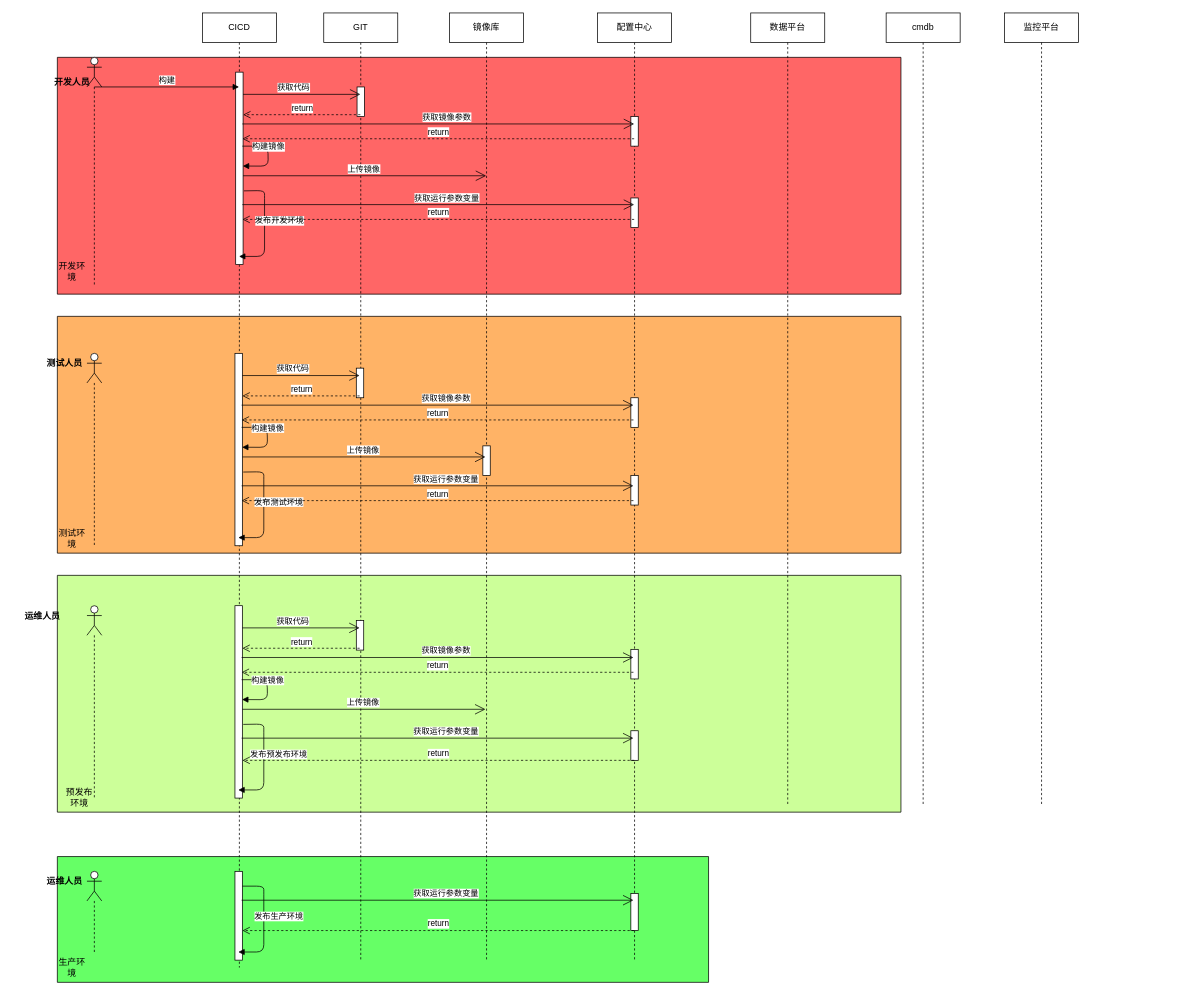
The draw.io diagram page "cicd/cmdb/配置中心" (5 of 5) of Untitled Diagram.drawio in RalapZ/golearn, before the edit. Source tidied: cells renumbered, new cells numbered last; positions are measured from the earlier drawing's top-left corner, leaving out a move shared by most shapes. Both pictures are drawn from the tidied source at 74%, with x=0, y=0 at pixel (13, 13).
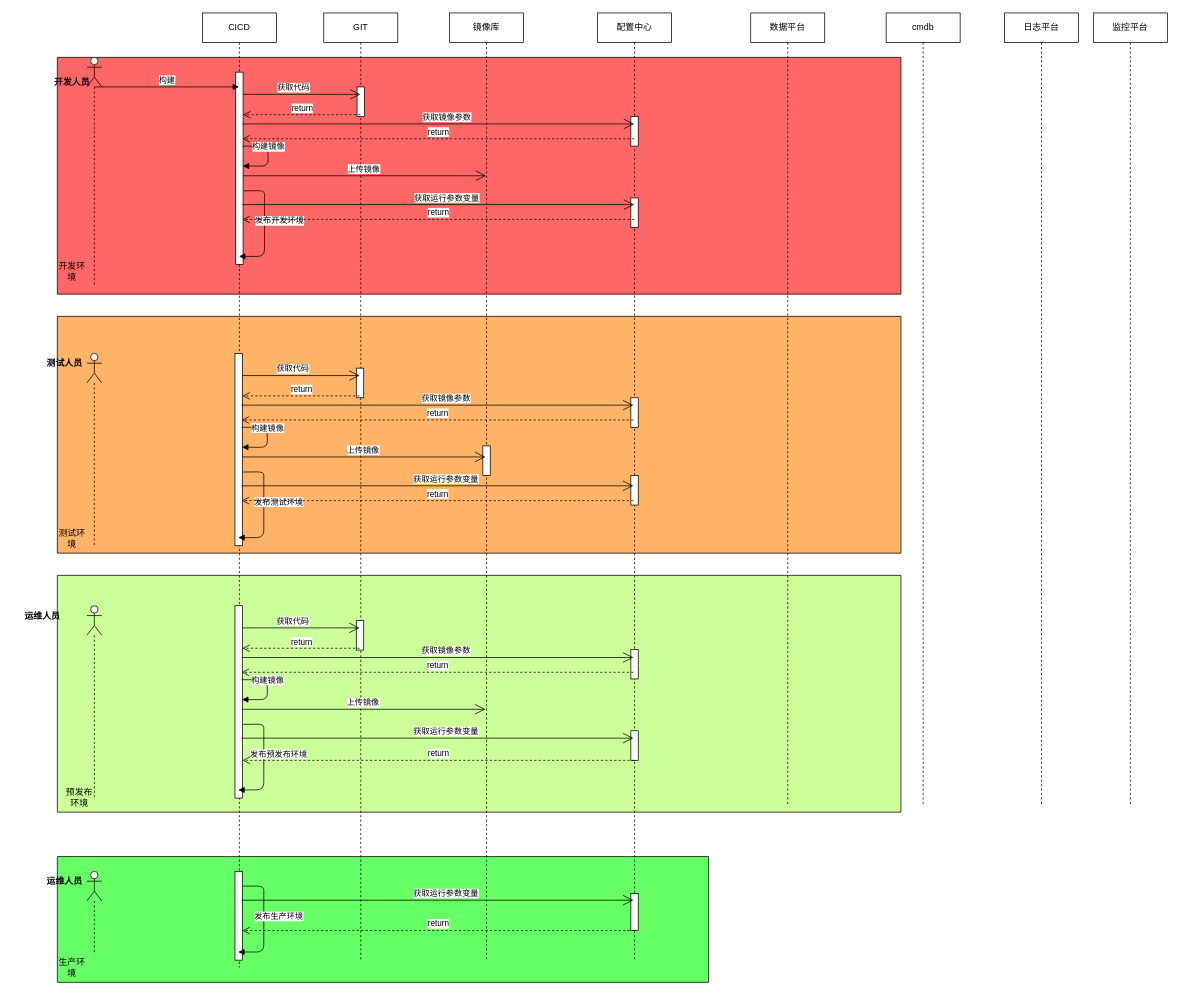
The same page after the edit.

What changed in the source:
```diff
@@
-    <mxCell id="83" value="监控平台" style="shape=umlLifeline;perimeter=lifelinePerimeter;whiteSpace=wrap;html=1;" parent="1" vertex="1">
+    <mxCell id="83" value="日志平台" style="shape=umlLifeline;perimeter=lifelinePerimeter;whiteSpace=wrap;html=1;" parent="1" vertex="1">
       <mxGeometry x="1340" width="100" height="1070" as="geometry" />
     </mxCell>
+    <mxCell id="84" value="监控平台" style="shape=umlLifeline;perimeter=lifelinePerimeter;whiteSpace=wrap;html=1;" parent="1" vertex="1">
+      <mxGeometry x="1460" width="100" height="1070" as="geometry" />
+    </mxCell>
```
